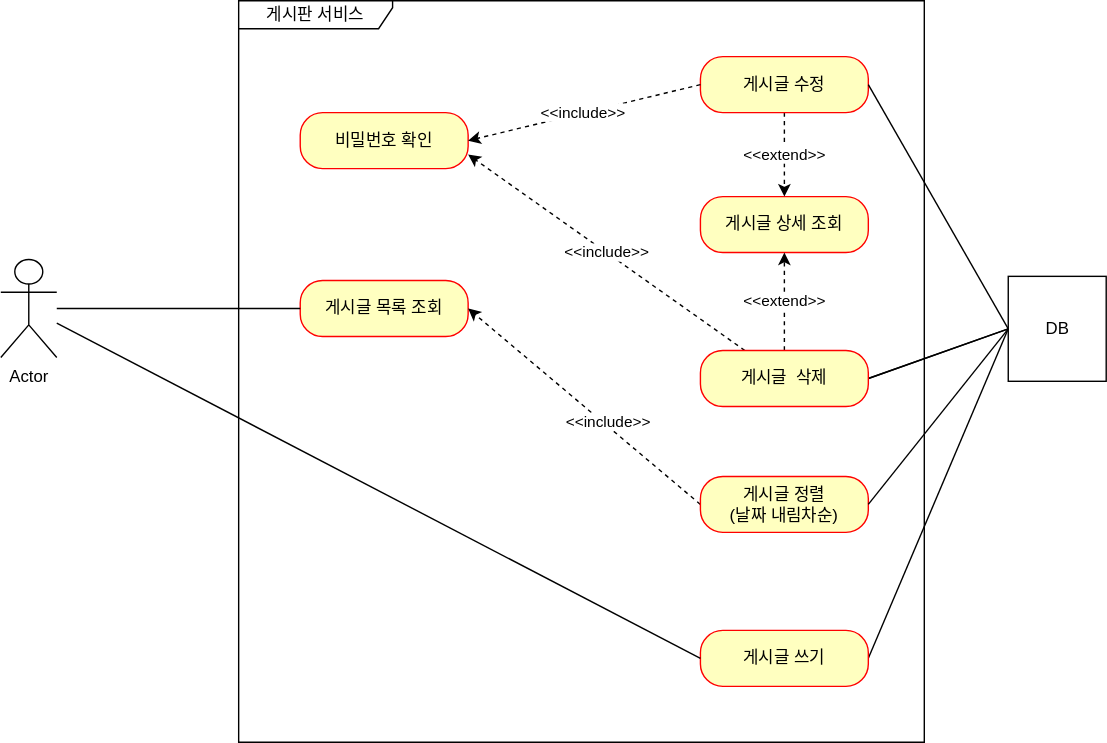
This is document/anonymous-board-usecase.svg from Kminss/anonymous-board, a draw.io export, as it was before one commit. Source tidied: cells renumbered, new cells last; positions are measured from the earlier drawing's top-left corner, leaving out a move shared by most shapes. The source it was exported from:
```xml
<mxGraphModel>
  <root>
    <mxCell id="0" />
    <mxCell id="1" parent="0" />
    <mxCell id="2" value="Actor" style="shape=umlActor;verticalLabelPosition=bottom;verticalAlign=top;html=1;strokeColor=default;labelPosition=center;align=center;" parent="1" vertex="1">
      <mxGeometry y="185" width="40" height="70" as="geometry" />
    </mxCell>
    <mxCell id="3" value="게시판 서비스" style="shape=umlFrame;whiteSpace=wrap;html=1;width=110;height=20;" parent="1" vertex="1">
      <mxGeometry x="170" width="490" height="530" as="geometry" />
    </mxCell>
    <mxCell id="4" value="게시글 목록 조회" style="rounded=1;whiteSpace=wrap;html=1;arcSize=40;fontColor=#000000;fillColor=#ffffc0;strokeColor=#ff0000;" parent="1" vertex="1">
      <mxGeometry x="214" y="200" width="120" height="40" as="geometry" />
    </mxCell>
    <mxCell id="5" value="게시글 상세 조회" style="rounded=1;whiteSpace=wrap;html=1;arcSize=40;fontColor=#000000;fillColor=#ffffc0;strokeColor=#ff0000;" parent="1" vertex="1">
      <mxGeometry x="500" y="140" width="120" height="40" as="geometry" />
    </mxCell>
    <mxCell id="6" style="edgeStyle=none;rounded=0;jettySize=auto;html=1;exitX=0;exitY=0.5;exitDx=0;exitDy=0;entryX=1;entryY=0.5;entryDx=0;entryDy=0;dashed=1;endArrow=classic;endFill=1;" parent="1" edge="1" source="8" target="4">
      <mxGeometry relative="1" as="geometry" />
    </mxCell>
    <mxCell id="7" value="&amp;lt;&amp;lt;include&amp;gt;&amp;gt;" style="edgeLabel;html=1;align=center;verticalAlign=middle;" parent="6" vertex="1">
      <mxGeometry x="-0.18" y="-3" relative="1" as="geometry" />
    </mxCell>
    <mxCell id="8" value="게시글 정렬&lt;br&gt;(날짜 내림차순)" style="rounded=1;whiteSpace=wrap;html=1;arcSize=40;fontColor=#000000;fillColor=#ffffc0;strokeColor=#ff0000;" parent="1" vertex="1">
      <mxGeometry x="500" y="340" width="120" height="40" as="geometry" />
    </mxCell>
    <mxCell id="9" value="&amp;lt;&amp;lt;extend&amp;gt;&amp;gt;" style="edgeStyle=none;rounded=0;jettySize=auto;html=1;exitX=0.5;exitY=1;exitDx=0;exitDy=0;dashed=1;endArrow=classic;endFill=1;" parent="1" edge="1" source="10" target="5">
      <mxGeometry relative="1" as="geometry" />
    </mxCell>
    <mxCell id="10" value="게시글 수정" style="rounded=1;whiteSpace=wrap;html=1;arcSize=40;fontColor=#000000;fillColor=#ffffc0;strokeColor=#ff0000;" parent="1" vertex="1">
      <mxGeometry x="500" y="40" width="120" height="40" as="geometry" />
    </mxCell>
    <mxCell id="11" style="edgeStyle=none;rounded=0;jettySize=auto;html=1;exitX=0;exitY=0.5;exitDx=0;exitDy=0;entryX=1;entryY=0.5;entryDx=0;entryDy=0;endArrow=none;endFill=0;" parent="1" edge="1" source="14" target="10">
      <mxGeometry relative="1" as="geometry" />
    </mxCell>
    <mxCell id="12" style="edgeStyle=none;rounded=0;jettySize=auto;html=1;entryX=1;entryY=0.5;entryDx=0;entryDy=0;endArrow=none;endFill=0;exitX=0;exitY=0.5;exitDx=0;exitDy=0;" parent="1" edge="1" source="14" target="8">
      <mxGeometry relative="1" as="geometry" />
    </mxCell>
    <mxCell id="13" style="edgeStyle=none;rounded=0;jettySize=auto;html=1;exitX=0;exitY=0.5;exitDx=0;exitDy=0;entryX=1;entryY=0.5;entryDx=0;entryDy=0;endArrow=none;endFill=0;" parent="1" edge="1" source="14" target="16">
      <mxGeometry relative="1" as="geometry" />
    </mxCell>
    <mxCell id="14" value="DB" style="html=1;" parent="1" vertex="1">
      <mxGeometry x="720" y="197" width="70" height="75" as="geometry" />
    </mxCell>
    <mxCell id="15" style="edgeStyle=none;rounded=0;orthogonalLoop=1;jettySize=auto;html=1;exitX=0;exitY=0.5;exitDx=0;exitDy=0;" parent="1" edge="1">
      <mxGeometry relative="1" as="geometry">
        <mxPoint x="560" y="248" as="sourcePoint" />
        <mxPoint x="560" y="248" as="targetPoint" />
      </mxGeometry>
    </mxCell>
    <mxCell id="16" value="게시글 쓰기" style="rounded=1;whiteSpace=wrap;html=1;arcSize=40;fontColor=#000000;fillColor=#ffffc0;strokeColor=#ff0000;" parent="1" vertex="1">
      <mxGeometry x="500" y="450" width="120" height="40" as="geometry" />
    </mxCell>
    <mxCell id="17" value="&amp;lt;&amp;lt;extend&amp;gt;&amp;gt;" style="edgeStyle=none;rounded=0;jettySize=auto;html=1;exitX=0.5;exitY=0;exitDx=0;exitDy=0;entryX=0.5;entryY=1;entryDx=0;entryDy=0;dashed=1;endArrow=classic;endFill=1;" parent="1" edge="1" source="25" target="5">
      <mxGeometry relative="1" as="geometry" />
    </mxCell>
    <mxCell id="18" style="endArrow=none;html=1;rounded=0;exitX=0;exitY=0.5;exitDx=0;exitDy=0;" parent="1" edge="1" source="4" target="2">
      <mxGeometry relative="1" as="geometry" />
    </mxCell>
    <mxCell id="19" style="endArrow=none;html=1;rounded=0;exitX=0;exitY=0.5;exitDx=0;exitDy=0;" parent="1" edge="1" source="16" target="2">
      <mxGeometry relative="1" as="geometry" />
    </mxCell>
    <mxCell id="20" value="비밀번호 확인" style="rounded=1;whiteSpace=wrap;html=1;arcSize=40;fontColor=#000000;fillColor=#ffffc0;strokeColor=#ff0000;" parent="1" vertex="1">
      <mxGeometry x="214" y="80" width="120" height="40" as="geometry" />
    </mxCell>
    <mxCell id="21" value="&amp;lt;&amp;lt;include&amp;gt;&amp;gt;" style="edgeStyle=none;rounded=0;jettySize=auto;html=1;entryX=1;entryY=0.75;entryDx=0;entryDy=0;dashed=1;endArrow=classic;endFill=1;" parent="1" edge="1" source="25" target="20">
      <mxGeometry relative="1" as="geometry" />
    </mxCell>
    <mxCell id="22" value="&amp;lt;&amp;lt;include&amp;gt;&amp;gt;" style="edgeStyle=none;rounded=0;jettySize=auto;html=1;entryX=1;entryY=0.5;entryDx=0;entryDy=0;dashed=1;endArrow=classic;endFill=1;exitX=0;exitY=0.5;exitDx=0;exitDy=0;" parent="1" edge="1" source="10" target="20">
      <mxGeometry relative="1" as="geometry" />
    </mxCell>
    <mxCell id="23" style="edgeStyle=none;rounded=0;jettySize=auto;html=1;exitX=0;exitY=0.5;exitDx=0;exitDy=0;endArrow=none;endFill=0;entryX=1;entryY=0.5;entryDx=0;entryDy=0;" parent="1" edge="1" source="14" target="25">
      <mxGeometry relative="1" as="geometry" />
    </mxCell>
    <mxCell id="24" style="edgeStyle=none;rounded=0;jettySize=auto;html=1;exitX=0;exitY=0.5;exitDx=0;exitDy=0;entryX=1;entryY=0.5;entryDx=0;entryDy=0;endArrow=none;endFill=0;" parent="1" edge="1" source="14" target="25">
      <mxGeometry relative="1" as="geometry" />
    </mxCell>
    <mxCell id="25" value="게시글&amp;nbsp; 삭제" style="rounded=1;whiteSpace=wrap;html=1;arcSize=40;fontColor=#000000;fillColor=#ffffc0;strokeColor=#ff0000;" parent="1" vertex="1">
      <mxGeometry x="500" y="250" width="120" height="40" as="geometry" />
    </mxCell>
  </root>
</mxGraphModel>
```
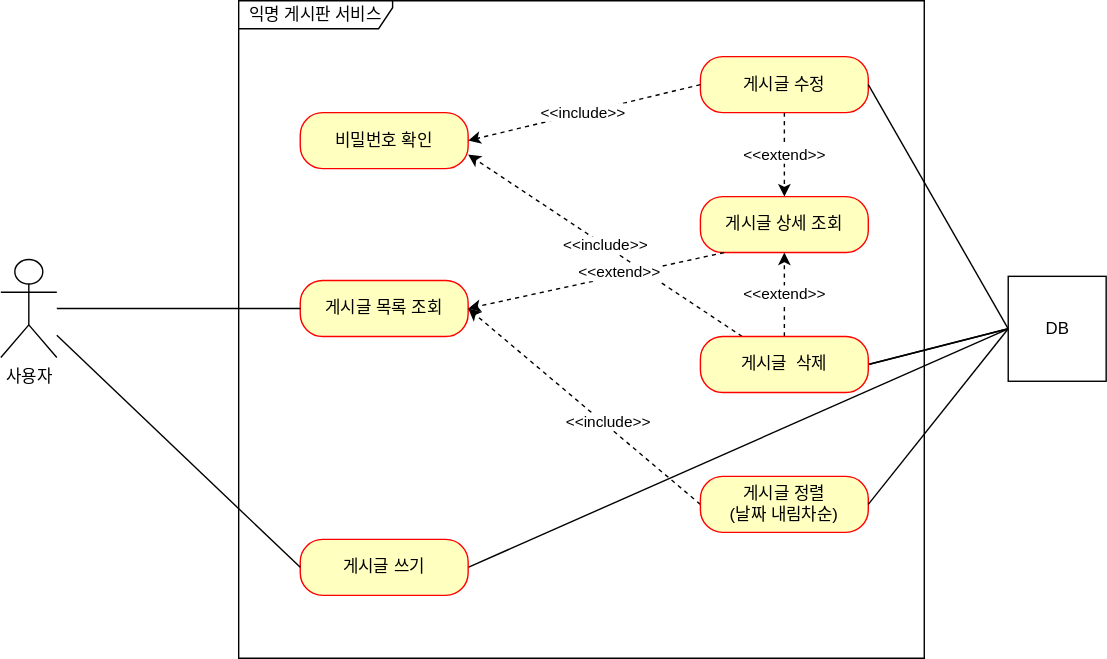
Above is the later version.

Commit message:
refactor: 유즈케이스, erd 수정

- 유즈케이스 다이어그램
    - 상세조회 -> 목록 조회 화살표 안들어 간 것 수정
- erd
    - createdAt -> created_date_time 으로 수정

Diff of the diagram source:
```diff
@@ -2,11 +2,11 @@
   <root>
     <mxCell id="0" />
     <mxCell id="1" parent="0" />
-    <mxCell id="2" value="Actor" style="shape=umlActor;verticalLabelPosition=bottom;verticalAlign=top;html=1;strokeColor=default;labelPosition=center;align=center;" parent="1" vertex="1">
+    <mxCell id="2" value="사용자" style="shape=umlActor;verticalLabelPosition=bottom;verticalAlign=top;html=1;strokeColor=default;labelPosition=center;align=center;" parent="1" vertex="1">
       <mxGeometry y="185" width="40" height="70" as="geometry" />
     </mxCell>
-    <mxCell id="3" value="게시판 서비스" style="shape=umlFrame;whiteSpace=wrap;html=1;width=110;height=20;" parent="1" vertex="1">
-      <mxGeometry x="170" width="490" height="530" as="geometry" />
+    <mxCell id="3" value="익명 게시판 서비스" style="shape=umlFrame;whiteSpace=wrap;html=1;width=110;height=20;" parent="1" vertex="1">
+      <mxGeometry x="170" width="490" height="470" as="geometry" />
     </mxCell>
     <mxCell id="4" value="게시글 목록 조회" style="rounded=1;whiteSpace=wrap;html=1;arcSize=40;fontColor=#000000;fillColor=#ffffc0;strokeColor=#ff0000;" parent="1" vertex="1">
       <mxGeometry x="214" y="200" width="120" height="40" as="geometry" />
@@ -48,7 +48,7 @@
       </mxGeometry>
     </mxCell>
     <mxCell id="16" value="게시글 쓰기" style="rounded=1;whiteSpace=wrap;html=1;arcSize=40;fontColor=#000000;fillColor=#ffffc0;strokeColor=#ff0000;" parent="1" vertex="1">
-      <mxGeometry x="500" y="450" width="120" height="40" as="geometry" />
+      <mxGeometry x="214" y="385" width="120" height="40" as="geometry" />
     </mxCell>
     <mxCell id="17" value="&amp;lt;&amp;lt;extend&amp;gt;&amp;gt;" style="edgeStyle=none;rounded=0;jettySize=auto;html=1;exitX=0.5;exitY=0;exitDx=0;exitDy=0;entryX=0.5;entryY=1;entryDx=0;entryDy=0;dashed=1;endArrow=classic;endFill=1;" parent="1" edge="1" source="25" target="5">
       <mxGeometry relative="1" as="geometry" />
@@ -75,7 +75,15 @@
       <mxGeometry relative="1" as="geometry" />
     </mxCell>
     <mxCell id="25" value="게시글&amp;nbsp; 삭제" style="rounded=1;whiteSpace=wrap;html=1;arcSize=40;fontColor=#000000;fillColor=#ffffc0;strokeColor=#ff0000;" parent="1" vertex="1">
-      <mxGeometry x="500" y="250" width="120" height="40" as="geometry" />
+      <mxGeometry x="500" y="240" width="120" height="40" as="geometry" />
     </mxCell>
+    <mxCell id="26" style="edgeStyle=none;rounded=0;jettySize=auto;html=1;exitX=0;exitY=0.5;exitDx=0;exitDy=0;entryX=1;entryY=0.5;entryDx=0;entryDy=0;dashed=1;endArrow=classic;endFill=1;" parent="1" edge="1" target="4">
+      <mxGeometry relative="1" as="geometry">
+        <mxPoint x="517" y="180" as="sourcePoint" />
+      </mxGeometry>
+    </mxCell>
+    <mxCell id="27" value="&amp;lt;&amp;lt;extend&amp;gt;&amp;gt;" style="edgeLabel;html=1;align=center;verticalAlign=middle;" parent="26" vertex="1">
+      <mxGeometry x="-0.18" y="-3" relative="1" as="geometry" />
+    </mxCell>
   </root>
 </mxGraphModel>
```
